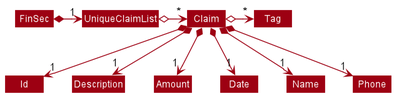
Earlier version of the PlantUML export images/ClaimModelClassDiagram.png (AY1920S1-CS2103T-W12-1/main). The source it was exported from:
```plantuml
@startuml








skinparam BackgroundColor #FFFFFFF

skinparam Shadowing false

skinparam Class {
    FontColor #FFFFFF
    BorderThickness 1
    BorderColor #FFFFFF
    StereotypeFontColor #FFFFFF
    FontName Arial
}

skinparam Actor {
    BorderColor #000000
    Color #000000
    FontName Arial
}

skinparam Sequence {
    MessageAlign center
    BoxFontSize 15
    BoxPadding 0
    BoxFontColor #FFFFFF
    FontName Arial
}

skinparam Participant {
    FontColor #FFFFFFF
    Padding 20
}

skinparam MinClassWidth 50
skinparam ParticipantPadding 10
skinparam Shadowing false
skinparam DefaultTextAlignment center
skinparam packageStyle Rectangle

hide footbox
hide members
hide circle
skinparam arrowThickness 1.1
skinparam arrowColor #9D0012
skinparam classBackgroundColor #9D0012

FinSec *-right-> "1" UniqueClaimList

UniqueClaimList o-right-> "*" Claim

Claim *--> "1" Id
Claim *--> "1" Description
Claim *--> "1" Amount
Claim *--> "1" Date
Claim *--> "1" Name
Claim *--> "1" Phone
Claim o-right-> "*" Tag
@enduml
```
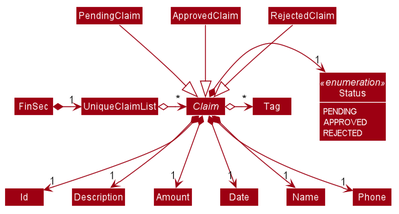
The same diagram one commit later.

Change to the diagram source:
```diff
@@ -17,6 +17,7 @@
     BorderColor #FFFFFF
     StereotypeFontColor #FFFFFF
     FontName Arial
+    MemberColor #FFFFFF
 }
 
 skinparam Actor {
@@ -50,10 +51,22 @@
 skinparam arrowThickness 1.1
 skinparam arrowColor #9D0012
 skinparam classBackgroundColor #9D0012
+skinparam classAttributeFontColor #FFFFFF
+
+abstract Class Claim
+Class Status << enumeration >> {
+    PENDING
+    APPROVED
+    REJECTED
+}
+show Status fields
 
 FinSec *-right-> "1" UniqueClaimList
+UniqueClaimList o-right-> "*" Claim
 
-UniqueClaimList o-right-> "*" Claim
+PendingClaim -down-|> Claim
+ApprovedClaim -down-|> Claim
+RejectedClaim -down-|> Claim
 
 Claim *--> "1" Id
 Claim *--> "1" Description
@@ -61,5 +74,6 @@
 Claim *--> "1" Date
 Claim *--> "1" Name
 Claim *--> "1" Phone
+Claim *-right-> "1" Status
 Claim o-right-> "*" Tag
 @enduml
```
